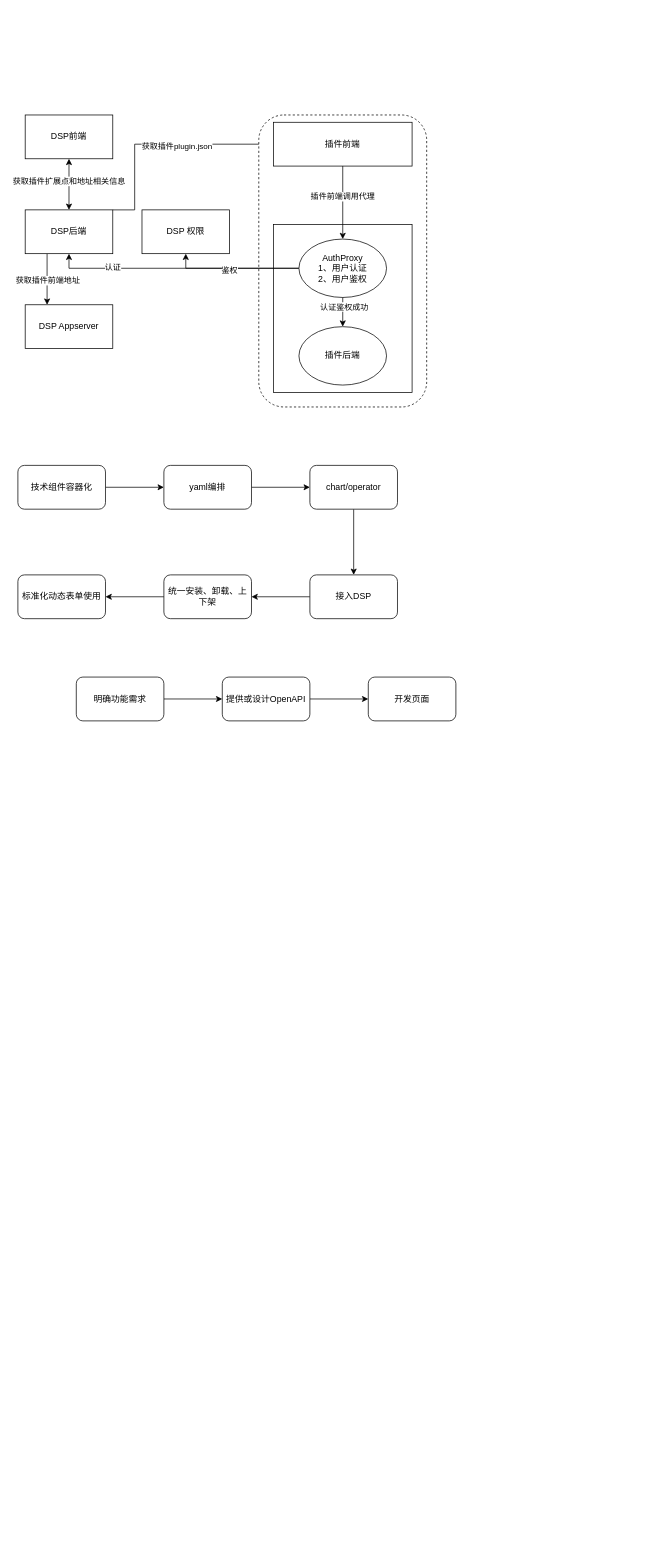
panguicai008/test keeps this draw.io diagram as Untitled Diagram.drawio. Above is the earlier version. Source tidied: cells renumbered, new cells numbered last; positions are measured from the earlier drawing's top-left corner, leaving out a move shared by most shapes. Both pictures are drawn from the tidied source at 73%, with x=0, y=0 at pixel (18, 115).
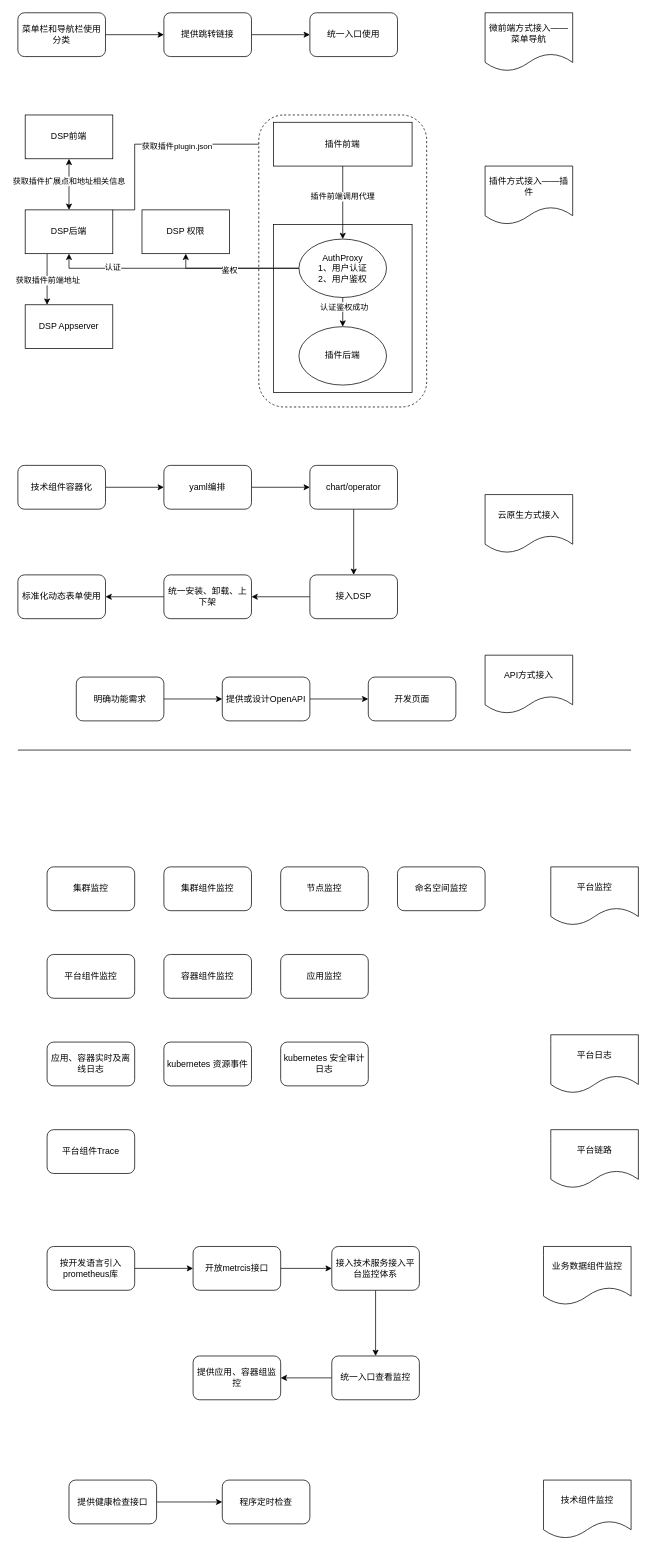
Above is the later version.

The edit, as a diff of the source:
```diff
@@
+    <mxCell id="41" value="插件方式接入——插件" style="shape=document;whiteSpace=wrap;html=1;boundedLbl=1;" parent="1" vertex="1">
+      <mxGeometry x="640" y="70" width="120" height="80" as="geometry" />
+    </mxCell>
+    <mxCell id="42" value="云原生方式接入" style="shape=document;whiteSpace=wrap;html=1;boundedLbl=1;" parent="1" vertex="1">
+      <mxGeometry x="640" y="520" width="120" height="80" as="geometry" />
+    </mxCell>
+    <mxCell id="43" value="API方式接入" style="shape=document;whiteSpace=wrap;html=1;boundedLbl=1;" parent="1" vertex="1">
+      <mxGeometry x="640" y="740" width="120" height="80" as="geometry" />
+    </mxCell>
+    <mxCell id="44" style="edgeStyle=orthogonalEdgeStyle;rounded=0;jettySize=auto;html=1;exitX=1;exitY=0.5;exitDx=0;exitDy=0;" parent="1" edge="1" source="45" target="47">
+      <mxGeometry relative="1" as="geometry" />
+    </mxCell>
+    <mxCell id="45" value="菜单栏和导航栏使用分类" style="rounded=1;whiteSpace=wrap;html=1;" parent="1" vertex="1">
+      <mxGeometry y="-140" width="120" height="60" as="geometry" />
+    </mxCell>
+    <mxCell id="46" style="edgeStyle=orthogonalEdgeStyle;rounded=0;jettySize=auto;html=1;exitX=1;exitY=0.5;exitDx=0;exitDy=0;entryX=0;entryY=0.5;entryDx=0;entryDy=0;" parent="1" edge="1" source="47" target="48">
+      <mxGeometry relative="1" as="geometry" />
+    </mxCell>
+    <mxCell id="47" value="提供跳转链接" style="rounded=1;whiteSpace=wrap;html=1;" parent="1" vertex="1">
+      <mxGeometry x="200" y="-140" width="120" height="60" as="geometry" />
+    </mxCell>
+    <mxCell id="48" value="统一入口使用" style="rounded=1;whiteSpace=wrap;html=1;" parent="1" vertex="1">
+      <mxGeometry x="400" y="-140" width="120" height="60" as="geometry" />
+    </mxCell>
+    <mxCell id="49" value="微前端方式接入——菜单导航" style="shape=document;whiteSpace=wrap;html=1;boundedLbl=1;" parent="1" vertex="1">
+      <mxGeometry x="640" y="-140" width="120" height="80" as="geometry" />
+    </mxCell>
+    <mxCell id="50" style="edgeStyle=orthogonalEdgeStyle;rounded=0;jettySize=auto;html=1;entryX=0;entryY=0.5;entryDx=0;entryDy=0;" parent="1" edge="1" source="51" target="52">
+      <mxGeometry relative="1" as="geometry" />
+    </mxCell>
+    <mxCell id="51" value="提供健康检查接口" style="rounded=1;whiteSpace=wrap;html=1;" parent="1" vertex="1">
+      <mxGeometry x="70" y="1870" width="120" height="60" as="geometry" />
+    </mxCell>
+    <mxCell id="52" value="程序定时检查" style="rounded=1;whiteSpace=wrap;html=1;" parent="1" vertex="1">
+      <mxGeometry x="280" y="1870" width="120" height="60" as="geometry" />
+    </mxCell>
+    <mxCell id="53" value="技术组件监控" style="shape=document;whiteSpace=wrap;html=1;boundedLbl=1;" parent="1" vertex="1">
+      <mxGeometry x="720" y="1870" width="120" height="80" as="geometry" />
+    </mxCell>
+    <mxCell id="54" value="平台监控" style="shape=document;whiteSpace=wrap;html=1;boundedLbl=1;" parent="1" vertex="1">
+      <mxGeometry x="730" y="1030" width="120" height="80" as="geometry" />
+    </mxCell>
+    <mxCell id="55" value="业务数据组件监控" style="shape=document;whiteSpace=wrap;html=1;boundedLbl=1;" parent="1" vertex="1">
+      <mxGeometry x="720" y="1550" width="120" height="80" as="geometry" />
+    </mxCell>
+    <mxCell id="56" style="edgeStyle=orthogonalEdgeStyle;rounded=0;jettySize=auto;html=1;exitX=1;exitY=0.5;exitDx=0;exitDy=0;" parent="1" edge="1" source="57" target="59">
+      <mxGeometry relative="1" as="geometry" />
+    </mxCell>
+    <mxCell id="57" value="按开发语言引入prometheus库" style="rounded=1;whiteSpace=wrap;html=1;" parent="1" vertex="1">
+      <mxGeometry x="40" y="1550" width="120" height="60" as="geometry" />
+    </mxCell>
+    <mxCell id="58" style="edgeStyle=orthogonalEdgeStyle;rounded=0;jettySize=auto;html=1;exitX=1;exitY=0.5;exitDx=0;exitDy=0;entryX=0;entryY=0.5;entryDx=0;entryDy=0;" parent="1" edge="1" source="59" target="62">
+      <mxGeometry relative="1" as="geometry" />
+    </mxCell>
+    <mxCell id="59" value="开放metrcis接口" style="rounded=1;whiteSpace=wrap;html=1;" parent="1" vertex="1">
+      <mxGeometry x="240" y="1550" width="120" height="60" as="geometry" />
+    </mxCell>
+    <mxCell id="60" value="提供应用、容器组监控" style="rounded=1;whiteSpace=wrap;html=1;" parent="1" vertex="1">
+      <mxGeometry x="240" y="1700" width="120" height="60" as="geometry" />
+    </mxCell>
+    <mxCell id="61" style="edgeStyle=orthogonalEdgeStyle;rounded=0;jettySize=auto;html=1;exitX=0.5;exitY=1;exitDx=0;exitDy=0;entryX=0.5;entryY=0;entryDx=0;entryDy=0;" parent="1" edge="1" source="62" target="64">
+      <mxGeometry relative="1" as="geometry" />
+    </mxCell>
+    <mxCell id="62" value="接入技术服务接入平台监控体系" style="rounded=1;whiteSpace=wrap;html=1;" parent="1" vertex="1">
+      <mxGeometry x="430" y="1550" width="120" height="60" as="geometry" />
+    </mxCell>
+    <mxCell id="63" style="edgeStyle=orthogonalEdgeStyle;rounded=0;jettySize=auto;html=1;entryX=1;entryY=0.5;entryDx=0;entryDy=0;" parent="1" edge="1" source="64" target="60">
+      <mxGeometry relative="1" as="geometry" />
+    </mxCell>
+    <mxCell id="64" value="统一入口查看监控" style="rounded=1;whiteSpace=wrap;html=1;" parent="1" vertex="1">
+      <mxGeometry x="430" y="1700" width="120" height="60" as="geometry" />
+    </mxCell>
+    <mxCell id="65" value="集群监控" style="rounded=1;whiteSpace=wrap;html=1;" parent="1" vertex="1">
+      <mxGeometry x="40" y="1030" width="120" height="60" as="geometry" />
+    </mxCell>
+    <mxCell id="66" value="集群组件监控" style="rounded=1;whiteSpace=wrap;html=1;" parent="1" vertex="1">
+      <mxGeometry x="200" y="1030" width="120" height="60" as="geometry" />
+    </mxCell>
+    <mxCell id="67" value="节点监控" style="rounded=1;whiteSpace=wrap;html=1;" parent="1" vertex="1">
+      <mxGeometry x="360" y="1030" width="120" height="60" as="geometry" />
+    </mxCell>
+    <mxCell id="68" value="平台组件监控" style="rounded=1;whiteSpace=wrap;html=1;" parent="1" vertex="1">
+      <mxGeometry x="40" y="1150" width="120" height="60" as="geometry" />
+    </mxCell>
+    <mxCell id="69" value="容器组件监控" style="rounded=1;whiteSpace=wrap;html=1;" parent="1" vertex="1">
+      <mxGeometry x="200" y="1150" width="120" height="60" as="geometry" />
+    </mxCell>
+    <mxCell id="70" value="应用监控" style="rounded=1;whiteSpace=wrap;html=1;" parent="1" vertex="1">
+      <mxGeometry x="360" y="1150" width="120" height="60" as="geometry" />
+    </mxCell>
+    <mxCell id="71" value="命名空间监控" style="rounded=1;whiteSpace=wrap;html=1;" parent="1" vertex="1">
+      <mxGeometry x="520" y="1030" width="120" height="60" as="geometry" />
+    </mxCell>
+    <mxCell id="72" style="endArrow=none;html=1;rounded=0;" parent="1" edge="1">
+      <mxGeometry relative="1" as="geometry">
+        <mxPoint y="870" as="sourcePoint" />
+        <mxPoint x="840" y="870" as="targetPoint" />
+      </mxGeometry>
+    </mxCell>
+    <mxCell id="73" value="应用、容器实时及离线日志" style="rounded=1;whiteSpace=wrap;html=1;" parent="1" vertex="1">
+      <mxGeometry x="40" y="1270" width="120" height="60" as="geometry" />
+    </mxCell>
+    <mxCell id="74" value="kubernetes 资源事件" style="rounded=1;whiteSpace=wrap;html=1;" parent="1" vertex="1">
+      <mxGeometry x="200" y="1270" width="120" height="60" as="geometry" />
+    </mxCell>
+    <mxCell id="75" value="kubernetes 安全审计日志" style="rounded=1;whiteSpace=wrap;html=1;" parent="1" vertex="1">
+      <mxGeometry x="360" y="1270" width="120" height="60" as="geometry" />
+    </mxCell>
+    <mxCell id="76" value="平台组件Trace" style="rounded=1;whiteSpace=wrap;html=1;" parent="1" vertex="1">
+      <mxGeometry x="40" y="1390" width="120" height="60" as="geometry" />
+    </mxCell>
+    <mxCell id="77" value="平台日志" style="shape=document;whiteSpace=wrap;html=1;boundedLbl=1;" parent="1" vertex="1">
+      <mxGeometry x="730" y="1260" width="120" height="80" as="geometry" />
+    </mxCell>
+    <mxCell id="78" value="平台链路" style="shape=document;whiteSpace=wrap;html=1;boundedLbl=1;" parent="1" vertex="1">
+      <mxGeometry x="730" y="1390" width="120" height="80" as="geometry" />
+    </mxCell>
```
